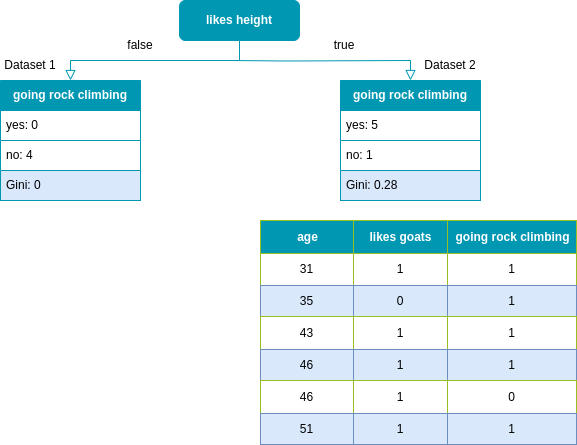
This is static/images/decision_tree/dt_classification_first_split.drawio.png from froukje/datamapu, a draw.io export, as it was before one commit. Source tidied: cells renumbered, new cells last; positions are measured from the earlier drawing's top-left corner, leaving out a move shared by most shapes. Source of this version:
```xml
<mxGraphModel>
  <root>
    <mxCell id="0" />
    <mxCell id="1" parent="0" />
    <mxCell id="2" style="rounded=0;html=1;jettySize=auto;fontSize=11;endArrow=block;endFill=0;endSize=8;strokeWidth=1;shadow=0;labelBackgroundColor=none;edgeStyle=orthogonalEdgeStyle;entryX=0.5;entryY=0;entryDx=0;entryDy=0;exitX=0.5;exitY=1;exitDx=0;exitDy=0;strokeColor=#0097B2;" parent="1" edge="1" source="3" target="4">
      <mxGeometry relative="1" as="geometry" />
    </mxCell>
    <mxCell id="3" value="&lt;font color=&quot;#ffffff&quot;&gt;&lt;b&gt;likes height&lt;/b&gt;&lt;/font&gt;" style="rounded=1;whiteSpace=wrap;html=1;fontSize=12;glass=0;strokeWidth=1;shadow=0;fillColor=#0097B2;strokeColor=#0097B2;" parent="1" vertex="1">
      <mxGeometry x="179" width="120" height="40" as="geometry" />
    </mxCell>
    <mxCell id="4" value="&lt;font color=&quot;#ffffff&quot;&gt;&lt;b&gt;going rock climbing&lt;/b&gt;&lt;/font&gt;" style="swimlane;fontStyle=0;horizontal=1;startSize=30;whiteSpace=wrap;html=1;fillColor=#0097B2;strokeColor=#0097B2;" parent="1" vertex="1">
      <mxGeometry y="80" width="140" height="120" as="geometry" />
    </mxCell>
    <mxCell id="5" value="yes: 0" style="text;strokeColor=#0097B2;fillColor=default;align=left;verticalAlign=middle;spacingLeft=4;spacingRight=4;overflow=hidden;whiteSpace=wrap;html=1;labelBackgroundColor=none;" parent="4" vertex="1">
      <mxGeometry y="30" width="140" height="30" as="geometry" />
    </mxCell>
    <mxCell id="6" value="no: 4" style="text;strokeColor=#0097B2;fillColor=default;align=left;verticalAlign=middle;spacingLeft=4;spacingRight=4;overflow=hidden;whiteSpace=wrap;html=1;labelBackgroundColor=none;" parent="4" vertex="1">
      <mxGeometry y="60" width="140" height="30" as="geometry" />
    </mxCell>
    <mxCell id="7" value="Gini: 0" style="text;strokeColor=#0097B2;fillColor=#dae8fc;align=left;verticalAlign=middle;spacingLeft=4;spacingRight=4;overflow=hidden;whiteSpace=wrap;html=1;" parent="4" vertex="1">
      <mxGeometry y="90" width="140" height="30" as="geometry" />
    </mxCell>
    <mxCell id="8" value="&lt;font color=&quot;#ffffff&quot;&gt;&lt;b&gt;going rock climbing&lt;/b&gt;&lt;/font&gt;" style="swimlane;fontStyle=0;horizontal=1;startSize=30;whiteSpace=wrap;html=1;fillColor=#0097B2;strokeColor=#0097B2;" parent="1" vertex="1">
      <mxGeometry x="340" y="80" width="140" height="120" as="geometry" />
    </mxCell>
    <mxCell id="9" value="yes: 5" style="text;strokeColor=#0097B2;fillColor=default;align=left;verticalAlign=middle;spacingLeft=4;spacingRight=4;overflow=hidden;whiteSpace=wrap;html=1;labelBackgroundColor=none;" parent="8" vertex="1">
      <mxGeometry y="30" width="140" height="30" as="geometry" />
    </mxCell>
    <mxCell id="10" value="no: 1" style="text;strokeColor=#0097B2;fillColor=default;align=left;verticalAlign=middle;spacingLeft=4;spacingRight=4;overflow=hidden;whiteSpace=wrap;html=1;labelBorderColor=none;labelBackgroundColor=none;" parent="8" vertex="1">
      <mxGeometry y="60" width="140" height="30" as="geometry" />
    </mxCell>
    <mxCell id="11" value="Gini: 0.28" style="text;strokeColor=#0097B2;fillColor=#dae8fc;align=left;verticalAlign=middle;spacingLeft=4;spacingRight=4;overflow=hidden;whiteSpace=wrap;html=1;" parent="8" vertex="1">
      <mxGeometry y="90" width="140" height="30" as="geometry" />
    </mxCell>
    <mxCell id="12" style="rounded=0;html=1;jettySize=auto;fontSize=11;endArrow=block;endFill=0;endSize=8;strokeWidth=1;shadow=0;labelBackgroundColor=none;edgeStyle=orthogonalEdgeStyle;entryX=0.5;entryY=0;entryDx=0;entryDy=0;strokeColor=#0097B2;" parent="1" edge="1" target="8">
      <mxGeometry relative="1" as="geometry">
        <mxPoint x="230" y="60" as="sourcePoint" />
      </mxGeometry>
    </mxCell>
    <mxCell id="13" value="Dataset 1" style="text;html=1;strokeColor=none;fillColor=none;align=center;verticalAlign=middle;whiteSpace=wrap;rounded=0;" parent="1" vertex="1">
      <mxGeometry y="50" width="60" height="30" as="geometry" />
    </mxCell>
    <mxCell id="14" value="Dataset 2" style="text;html=1;strokeColor=none;fillColor=none;align=center;verticalAlign=middle;whiteSpace=wrap;rounded=0;" parent="1" vertex="1">
      <mxGeometry x="420" y="50" width="60" height="30" as="geometry" />
    </mxCell>
    <mxCell id="15" value="false" style="text;html=1;strokeColor=none;fillColor=none;align=center;verticalAlign=middle;whiteSpace=wrap;rounded=0;" parent="1" vertex="1">
      <mxGeometry x="110" y="30" width="60" height="30" as="geometry" />
    </mxCell>
    <mxCell id="16" value="true" style="text;html=1;strokeColor=none;fillColor=none;align=center;verticalAlign=middle;whiteSpace=wrap;rounded=0;" parent="1" vertex="1">
      <mxGeometry x="314" y="30" width="60" height="30" as="geometry" />
    </mxCell>
    <mxCell id="17" value="Assets" style="strokeColor=#98bf21;fillColor=#A7C942;shadow=0;" parent="1" vertex="1">
      <mxGeometry x="260" y="220" width="316" height="224" as="geometry" />
    </mxCell>
    <mxCell id="18" style="shape=tableRow;horizontal=0;startSize=0;swimlaneHead=0;swimlaneBody=0;top=0;left=0;bottom=0;right=0;fontStyle=0;strokeColor=inherit;fillColor=#ffffff;" parent="17" vertex="1">
      <mxGeometry width="316" height="33" as="geometry" />
    </mxCell>
    <mxCell id="19" value="age" style="strokeColor=inherit;fillColor=#0097B2;align=center;fontStyle=1;fontColor=#FFFFFF;html=1;" parent="18" vertex="1">
      <mxGeometry width="93" height="33" as="geometry" />
    </mxCell>
    <mxCell id="20" value="likes goats" style="strokeColor=inherit;fillColor=#0097B2;align=center;fontStyle=1;fontColor=#FFFFFF;html=1;" parent="18" vertex="1">
      <mxGeometry x="93" width="94" height="33" as="geometry" />
    </mxCell>
    <mxCell id="21" value="going rock climbing" style="strokeColor=inherit;fillColor=#0097B2;align=center;fontStyle=1;fontColor=#FFFFFF;html=1;" parent="18" vertex="1">
      <mxGeometry x="187" width="129" height="33" as="geometry" />
    </mxCell>
    <mxCell id="22" style="shape=tableRow;horizontal=0;startSize=0;swimlaneHead=0;swimlaneBody=0;top=0;left=0;bottom=0;right=0;fontStyle=0;strokeColor=inherit;fillColor=#ffffff;" parent="17" vertex="1">
      <mxGeometry y="33" width="316" height="32" as="geometry" />
    </mxCell>
    <mxCell id="23" value="31" style="strokeColor=inherit;fillColor=inherit;align=center;whiteSpace=wrap;html=1;" parent="22" vertex="1">
      <mxGeometry width="93" height="32" as="geometry" />
    </mxCell>
    <mxCell id="24" value="1" style="strokeColor=inherit;fillColor=inherit;align=center;whiteSpace=wrap;html=1;" parent="22" vertex="1">
      <mxGeometry x="93" width="94" height="32" as="geometry" />
    </mxCell>
    <mxCell id="25" value="1" style="strokeColor=inherit;fillColor=inherit;align=center;whiteSpace=wrap;html=1;" parent="22" vertex="1">
      <mxGeometry x="187" width="129" height="32" as="geometry" />
    </mxCell>
    <mxCell id="26" style="shape=tableRow;horizontal=0;startSize=0;swimlaneHead=0;swimlaneBody=0;top=0;left=0;bottom=0;right=0;fontStyle=1;strokeColor=inherit;fillColor=#EAF2D3;" parent="17" vertex="1">
      <mxGeometry y="65" width="316" height="31" as="geometry" />
    </mxCell>
    <mxCell id="27" value="35" style="strokeColor=#6c8ebf;fillColor=#dae8fc;whiteSpace=wrap;html=1;" parent="26" vertex="1">
      <mxGeometry width="93" height="31" as="geometry" />
    </mxCell>
    <mxCell id="28" value="0" style="strokeColor=#6c8ebf;fillColor=#dae8fc;whiteSpace=wrap;html=1;" parent="26" vertex="1">
      <mxGeometry x="93" width="94" height="31" as="geometry" />
    </mxCell>
    <mxCell id="29" value="1" style="strokeColor=#6c8ebf;fillColor=#dae8fc;whiteSpace=wrap;html=1;" parent="26" vertex="1">
      <mxGeometry x="187" width="129" height="31" as="geometry" />
    </mxCell>
    <mxCell id="30" style="shape=tableRow;horizontal=0;startSize=0;swimlaneHead=0;swimlaneBody=0;top=0;left=0;bottom=0;right=0;fontStyle=0;strokeColor=inherit;fillColor=#ffffff;" parent="17" vertex="1">
      <mxGeometry y="96" width="316" height="33" as="geometry" />
    </mxCell>
    <mxCell id="31" value="43" style="strokeColor=inherit;fillColor=inherit;fontStyle=0;align=center;whiteSpace=wrap;html=1;" parent="30" vertex="1">
      <mxGeometry width="93" height="33" as="geometry" />
    </mxCell>
    <mxCell id="32" value="1" style="strokeColor=inherit;fillColor=inherit;fontStyle=0;align=center;whiteSpace=wrap;html=1;" parent="30" vertex="1">
      <mxGeometry x="93" width="94" height="33" as="geometry" />
    </mxCell>
    <mxCell id="33" value="1" style="strokeColor=inherit;fillColor=inherit;fontStyle=0;align=center;whiteSpace=wrap;html=1;" parent="30" vertex="1">
      <mxGeometry x="187" width="129" height="33" as="geometry" />
    </mxCell>
    <mxCell id="34" style="shape=tableRow;horizontal=0;startSize=0;swimlaneHead=0;swimlaneBody=0;top=0;left=0;bottom=0;right=0;fontStyle=1;strokeColor=inherit;fillColor=#EAF2D3;" parent="17" vertex="1">
      <mxGeometry y="129" width="316" height="31" as="geometry" />
    </mxCell>
    <mxCell id="35" value="46" style="strokeColor=#6c8ebf;fillColor=#dae8fc;whiteSpace=wrap;html=1;" parent="34" vertex="1">
      <mxGeometry width="93" height="31" as="geometry" />
    </mxCell>
    <mxCell id="36" value="1" style="strokeColor=#6c8ebf;fillColor=#dae8fc;whiteSpace=wrap;html=1;" parent="34" vertex="1">
      <mxGeometry x="93" width="94" height="31" as="geometry" />
    </mxCell>
    <mxCell id="37" value="1" style="strokeColor=#6c8ebf;fillColor=#dae8fc;whiteSpace=wrap;html=1;" parent="34" vertex="1">
      <mxGeometry x="187" width="129" height="31" as="geometry" />
    </mxCell>
    <mxCell id="38" style="shape=tableRow;horizontal=0;startSize=0;swimlaneHead=0;swimlaneBody=0;top=0;left=0;bottom=0;right=0;fontStyle=0;strokeColor=inherit;fillColor=#ffffff;" parent="17" vertex="1">
      <mxGeometry y="160" width="316" height="33" as="geometry" />
    </mxCell>
    <mxCell id="39" value="46" style="strokeColor=inherit;fillColor=inherit;fontStyle=0;align=center;whiteSpace=wrap;html=1;" parent="38" vertex="1">
      <mxGeometry width="93" height="33" as="geometry" />
    </mxCell>
    <mxCell id="40" value="1" style="strokeColor=inherit;fillColor=inherit;fontStyle=0;align=center;whiteSpace=wrap;html=1;" parent="38" vertex="1">
      <mxGeometry x="93" width="94" height="33" as="geometry" />
    </mxCell>
    <mxCell id="41" value="0" style="strokeColor=inherit;fillColor=inherit;fontStyle=0;align=center;whiteSpace=wrap;html=1;" parent="38" vertex="1">
      <mxGeometry x="187" width="129" height="33" as="geometry" />
    </mxCell>
    <mxCell id="42" style="shape=tableRow;horizontal=0;startSize=0;swimlaneHead=0;swimlaneBody=0;top=0;left=0;bottom=0;right=0;fontStyle=1;strokeColor=inherit;fillColor=#EAF2D3;" parent="17" vertex="1">
      <mxGeometry y="193" width="316" height="31" as="geometry" />
    </mxCell>
    <mxCell id="43" value="51" style="strokeColor=#6c8ebf;fillColor=#dae8fc;whiteSpace=wrap;html=1;" parent="42" vertex="1">
      <mxGeometry width="93" height="31" as="geometry" />
    </mxCell>
    <mxCell id="44" value="1" style="strokeColor=#6c8ebf;fillColor=#dae8fc;whiteSpace=wrap;html=1;" parent="42" vertex="1">
      <mxGeometry x="93" width="94" height="31" as="geometry" />
    </mxCell>
    <mxCell id="45" value="1" style="strokeColor=#6c8ebf;fillColor=#dae8fc;whiteSpace=wrap;html=1;" parent="42" vertex="1">
      <mxGeometry x="187" width="129" height="31" as="geometry" />
    </mxCell>
  </root>
</mxGraphModel>
```
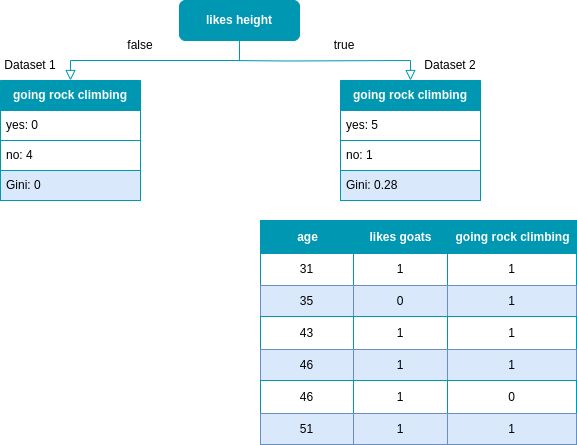
The same diagram one commit later.

What changed in the source:
```diff
@@ -49,7 +49,7 @@
     <mxCell id="16" value="true" style="text;html=1;strokeColor=none;fillColor=none;align=center;verticalAlign=middle;whiteSpace=wrap;rounded=0;" parent="1" vertex="1">
       <mxGeometry x="314" y="30" width="60" height="30" as="geometry" />
     </mxCell>
-    <mxCell id="17" value="Assets" style="strokeColor=#98bf21;fillColor=#A7C942;shadow=0;" parent="1" vertex="1">
+    <mxCell id="17" value="Assets" style="strokeColor=#0097B2;fillColor=#A7C942;shadow=0;" parent="1" vertex="1">
       <mxGeometry x="260" y="220" width="316" height="224" as="geometry" />
     </mxCell>
     <mxCell id="18" style="shape=tableRow;horizontal=0;startSize=0;swimlaneHead=0;swimlaneBody=0;top=0;left=0;bottom=0;right=0;fontStyle=0;strokeColor=inherit;fillColor=#ffffff;" parent="17" vertex="1">
```
